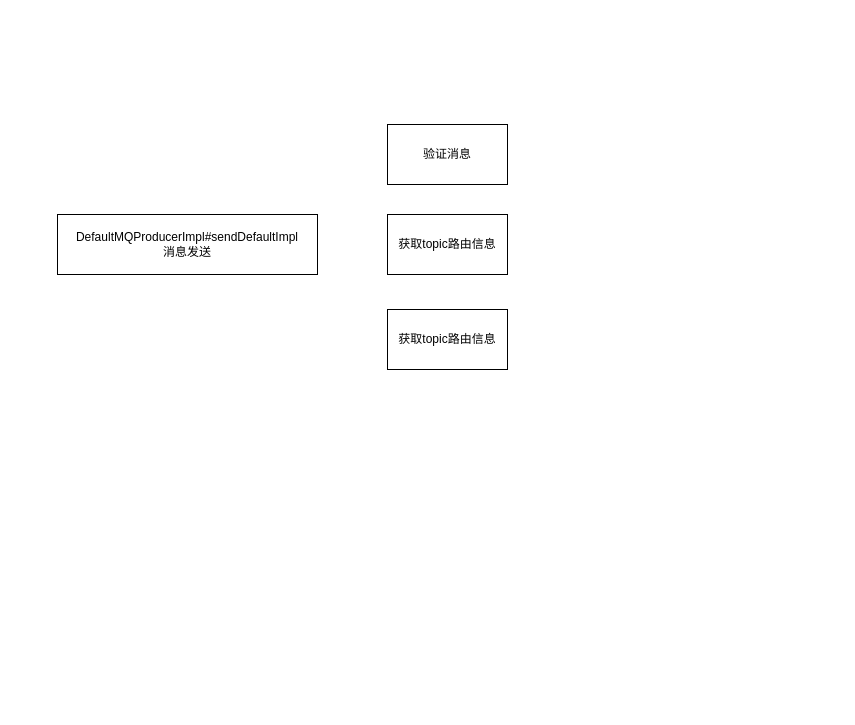
The draw.io diagram rocketmq/消息发送的流程.drawio in erlieStar/diagrams, before the edit. Source tidied: cells renumbered, new cells numbered last; positions are measured from the earlier drawing's top-left corner, leaving out a move shared by most shapes. Both pictures are drawn from the tidied source at 100%, with x=0, y=0 at pixel (57, 124).
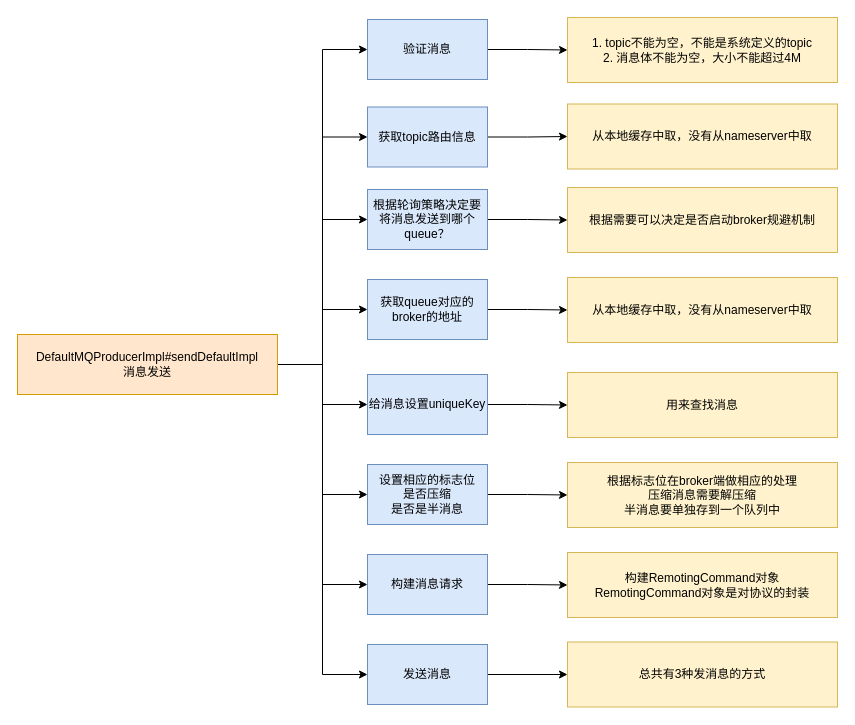
The same diagram, later.

Commit message:
Update 消息发送的流程.drawio

Diff of the diagram source:
```diff
@@
+    <mxCell id="6" style="edgeStyle=orthogonalEdgeStyle;rounded=0;jettySize=auto;html=1;exitX=1;exitY=0.5;exitDx=0;exitDy=0;entryX=0;entryY=0.5;entryDx=0;entryDy=0;startArrow=none;startFill=0;endArrow=classic;endFill=1;" parent="1" edge="1" source="2" target="3">
+      <mxGeometry relative="1" as="geometry" />
+    </mxCell>
+    <mxCell id="7" style="edgeStyle=orthogonalEdgeStyle;rounded=0;jettySize=auto;html=1;exitX=1;exitY=0.5;exitDx=0;exitDy=0;entryX=0;entryY=0.5;entryDx=0;entryDy=0;startArrow=none;startFill=0;endArrow=classic;endFill=1;" parent="1" edge="1" source="2" target="22">
+      <mxGeometry relative="1" as="geometry" />
+    </mxCell>
+    <mxCell id="8" style="edgeStyle=orthogonalEdgeStyle;rounded=0;jettySize=auto;html=1;exitX=1;exitY=0.5;exitDx=0;exitDy=0;entryX=0;entryY=0.5;entryDx=0;entryDy=0;startArrow=none;startFill=0;endArrow=classic;endFill=1;" parent="1" edge="1" source="2" target="4">
+      <mxGeometry relative="1" as="geometry" />
+    </mxCell>
+    <mxCell id="9" style="edgeStyle=orthogonalEdgeStyle;rounded=0;jettySize=auto;html=1;exitX=1;exitY=0.5;exitDx=0;exitDy=0;entryX=0;entryY=0.5;entryDx=0;entryDy=0;startArrow=none;startFill=0;endArrow=classic;endFill=1;" parent="1" edge="1" source="2" target="30">
+      <mxGeometry relative="1" as="geometry" />
+    </mxCell>
+    <mxCell id="10" style="edgeStyle=orthogonalEdgeStyle;rounded=0;jettySize=auto;html=1;exitX=1;exitY=0.5;exitDx=0;exitDy=0;entryX=0;entryY=0.5;entryDx=0;entryDy=0;startArrow=none;startFill=0;endArrow=classic;endFill=1;" parent="1" edge="1" source="2" target="32">
+      <mxGeometry relative="1" as="geometry" />
+    </mxCell>
+    <mxCell id="11" style="edgeStyle=orthogonalEdgeStyle;rounded=0;jettySize=auto;html=1;exitX=1;exitY=0.5;exitDx=0;exitDy=0;entryX=0;entryY=0.5;entryDx=0;entryDy=0;startArrow=none;startFill=0;endArrow=classic;endFill=1;" parent="1" edge="1" source="2" target="5">
+      <mxGeometry relative="1" as="geometry" />
+    </mxCell>
+    <mxCell id="12" style="edgeStyle=orthogonalEdgeStyle;rounded=0;jettySize=auto;html=1;exitX=1;exitY=0.5;exitDx=0;exitDy=0;entryX=0;entryY=0.5;entryDx=0;entryDy=0;startArrow=none;startFill=0;endArrow=classic;endFill=1;" parent="1" edge="1" source="2" target="18">
+      <mxGeometry relative="1" as="geometry" />
+    </mxCell>
+    <mxCell id="13" style="edgeStyle=orthogonalEdgeStyle;rounded=0;jettySize=auto;html=1;exitX=1;exitY=0.5;exitDx=0;exitDy=0;entryX=0;entryY=0.5;entryDx=0;entryDy=0;startArrow=none;startFill=0;endArrow=classic;endFill=1;" parent="1" edge="1" source="2" target="20">
+      <mxGeometry relative="1" as="geometry" />
+    </mxCell>
-    <mxCell id="2" value="DefaultMQProducerImpl#sendDefaultImpl&lt;br&gt;消息发送" style="rounded=0;whiteSpace=wrap;html=1;fillColor=default;strokeColor=default;fontColor=default;" parent="1" vertex="1">
-      <mxGeometry y="90" width="260" height="60" as="geometry" />
+    <mxCell id="2" value="DefaultMQProducerImpl#sendDefaultImpl&lt;br&gt;消息发送" style="rounded=0;whiteSpace=wrap;html=1;fillColor=#ffe6cc;strokeColor=#d79b00;" parent="1" vertex="1">
+      <mxGeometry x="-40" y="210" width="260" height="60" as="geometry" />
     </mxCell>
+    <mxCell id="14" style="edgeStyle=orthogonalEdgeStyle;rounded=0;jettySize=auto;html=1;exitX=1;exitY=0.5;exitDx=0;exitDy=0;entryX=0;entryY=0.5;entryDx=0;entryDy=0;startArrow=none;startFill=0;endArrow=classic;endFill=1;" parent="1" edge="1" source="3" target="23">
+      <mxGeometry relative="1" as="geometry" />
+    </mxCell>
-    <mxCell id="3" value="验证消息" style="rounded=0;whiteSpace=wrap;html=1;fontColor=default;strokeColor=default;fillColor=default;" parent="1" vertex="1">
-      <mxGeometry x="330" width="120" height="60" as="geometry" />
+    <mxCell id="3" value="验证消息" style="rounded=0;whiteSpace=wrap;html=1;strokeColor=#6c8ebf;fillColor=#dae8fc;" parent="1" vertex="1">
+      <mxGeometry x="310" y="-105" width="120" height="60" as="geometry" />
     </mxCell>
+    <mxCell id="15" style="edgeStyle=orthogonalEdgeStyle;rounded=0;jettySize=auto;html=1;startArrow=none;startFill=0;endArrow=classic;endFill=1;" parent="1" edge="1" source="4" target="24">
+      <mxGeometry relative="1" as="geometry" />
+    </mxCell>
-    <mxCell id="4" value="获取topic路由信息" style="rounded=0;whiteSpace=wrap;html=1;fontColor=default;strokeColor=default;fillColor=default;" parent="1" vertex="1">
-      <mxGeometry x="330" y="90" width="120" height="60" as="geometry" />
+    <mxCell id="4" value="获取topic路由信息" style="rounded=0;whiteSpace=wrap;html=1;strokeColor=#6c8ebf;fillColor=#dae8fc;" parent="1" vertex="1">
+      <mxGeometry x="310" y="-17.5" width="120" height="60" as="geometry" />
     </mxCell>
+    <mxCell id="16" style="edgeStyle=orthogonalEdgeStyle;rounded=0;jettySize=auto;html=1;startArrow=none;startFill=0;endArrow=classic;endFill=1;" parent="1" edge="1" source="5" target="25">
+      <mxGeometry relative="1" as="geometry" />
+    </mxCell>
-    <mxCell id="5" value="获取topic路由信息" style="rounded=0;whiteSpace=wrap;html=1;fontColor=default;strokeColor=default;fillColor=default;" parent="1" vertex="1">
-      <mxGeometry x="330" y="185" width="120" height="60" as="geometry" />
+    <mxCell id="5" value="给消息设置uniqueKey" style="rounded=0;whiteSpace=wrap;html=1;strokeColor=#6c8ebf;fillColor=#dae8fc;" parent="1" vertex="1">
+      <mxGeometry x="310" y="250" width="120" height="60" as="geometry" />
     </mxCell>
+    <mxCell id="17" style="edgeStyle=orthogonalEdgeStyle;rounded=0;jettySize=auto;html=1;startArrow=none;startFill=0;endArrow=classic;endFill=1;" parent="1" edge="1" source="18" target="26">
+      <mxGeometry relative="1" as="geometry" />
+    </mxCell>
+    <mxCell id="18" value="设置相应的标志位&lt;br&gt;是否压缩&lt;br&gt;是否是半消息" style="rounded=0;whiteSpace=wrap;html=1;strokeColor=#6c8ebf;fillColor=#dae8fc;" parent="1" vertex="1">
+      <mxGeometry x="310" y="340" width="120" height="60" as="geometry" />
+    </mxCell>
+    <mxCell id="19" style="edgeStyle=orthogonalEdgeStyle;rounded=0;jettySize=auto;html=1;startArrow=none;startFill=0;endArrow=classic;endFill=1;" parent="1" edge="1" source="20" target="27">
+      <mxGeometry relative="1" as="geometry" />
+    </mxCell>
+    <mxCell id="20" value="构建消息请求" style="rounded=0;whiteSpace=wrap;html=1;strokeColor=#6c8ebf;fillColor=#dae8fc;" parent="1" vertex="1">
+      <mxGeometry x="310" y="430" width="120" height="60" as="geometry" />
+    </mxCell>
+    <mxCell id="21" style="edgeStyle=orthogonalEdgeStyle;rounded=0;jettySize=auto;html=1;exitX=1;exitY=0.5;exitDx=0;exitDy=0;entryX=0;entryY=0.5;entryDx=0;entryDy=0;startArrow=none;startFill=0;endArrow=classic;endFill=1;" parent="1" edge="1" source="22" target="28">
+      <mxGeometry relative="1" as="geometry" />
+    </mxCell>
+    <mxCell id="22" value="发送消息" style="rounded=0;whiteSpace=wrap;html=1;fillColor=#dae8fc;strokeColor=#6c8ebf;" parent="1" vertex="1">
+      <mxGeometry x="310" y="520" width="120" height="60" as="geometry" />
+    </mxCell>
+    <mxCell id="23" value="1. topic不能为空，不能是系统定义的topic&lt;br&gt;2. 消息体不能为空，大小不能超过4M" style="rounded=0;whiteSpace=wrap;html=1;strokeColor=#d6b656;fillColor=#fff2cc;" parent="1" vertex="1">
+      <mxGeometry x="510" y="-107" width="270" height="65" as="geometry" />
+    </mxCell>
+    <mxCell id="24" value="从本地缓存中取，没有从nameserver中取" style="rounded=0;whiteSpace=wrap;html=1;strokeColor=#d6b656;fillColor=#fff2cc;" parent="1" vertex="1">
+      <mxGeometry x="510" y="-20.5" width="270" height="65" as="geometry" />
+    </mxCell>
+    <mxCell id="25" value="用来查找消息" style="rounded=0;whiteSpace=wrap;html=1;strokeColor=#d6b656;fillColor=#fff2cc;" parent="1" vertex="1">
+      <mxGeometry x="510" y="248" width="270" height="65" as="geometry" />
+    </mxCell>
+    <mxCell id="26" value="根据标志位在broker端做相应的处理&lt;br&gt;压缩消息需要解压缩&lt;br&gt;半消息要单独存到一个队列中" style="rounded=0;whiteSpace=wrap;html=1;strokeColor=#d6b656;fillColor=#fff2cc;" parent="1" vertex="1">
+      <mxGeometry x="510" y="338" width="270" height="65" as="geometry" />
+    </mxCell>
+    <mxCell id="27" value="构建RemotingCommand对象&lt;br&gt;RemotingCommand对象是对协议的封装" style="rounded=0;whiteSpace=wrap;html=1;strokeColor=#d6b656;fillColor=#fff2cc;" parent="1" vertex="1">
+      <mxGeometry x="510" y="428" width="270" height="65" as="geometry" />
+    </mxCell>
+    <mxCell id="28" value="总共有3种发消息的方式" style="rounded=0;whiteSpace=wrap;html=1;strokeColor=#d6b656;fillColor=#fff2cc;" parent="1" vertex="1">
+      <mxGeometry x="510" y="517.5" width="270" height="65" as="geometry" />
+    </mxCell>
+    <mxCell id="29" style="edgeStyle=orthogonalEdgeStyle;rounded=0;jettySize=auto;html=1;startArrow=none;startFill=0;endArrow=classic;endFill=1;" parent="1" edge="1" source="30" target="33">
+      <mxGeometry relative="1" as="geometry" />
+    </mxCell>
+    <mxCell id="30" value="根据轮询策略决定要将消息发送到哪个queue？" style="rounded=0;whiteSpace=wrap;html=1;strokeColor=#6c8ebf;fillColor=#dae8fc;" parent="1" vertex="1">
+      <mxGeometry x="310" y="65" width="120" height="60" as="geometry" />
+    </mxCell>
+    <mxCell id="31" style="edgeStyle=orthogonalEdgeStyle;rounded=0;jettySize=auto;html=1;startArrow=none;startFill=0;endArrow=classic;endFill=1;" parent="1" edge="1" source="32" target="34">
+      <mxGeometry relative="1" as="geometry" />
+    </mxCell>
+    <mxCell id="32" value="获取queue对应的broker的地址" style="rounded=0;whiteSpace=wrap;html=1;strokeColor=#6c8ebf;fillColor=#dae8fc;" parent="1" vertex="1">
+      <mxGeometry x="310" y="155" width="120" height="60" as="geometry" />
+    </mxCell>
+    <mxCell id="33" value="根据需要可以决定是否启动broker规避机制" style="rounded=0;whiteSpace=wrap;html=1;strokeColor=#d6b656;fillColor=#fff2cc;" parent="1" vertex="1">
+      <mxGeometry x="510" y="63" width="270" height="65" as="geometry" />
+    </mxCell>
+    <mxCell id="34" value="从本地缓存中取，没有从nameserver中取" style="rounded=0;whiteSpace=wrap;html=1;strokeColor=#d6b656;fillColor=#fff2cc;" parent="1" vertex="1">
+      <mxGeometry x="510" y="153" width="270" height="65" as="geometry" />
+    </mxCell>
```
